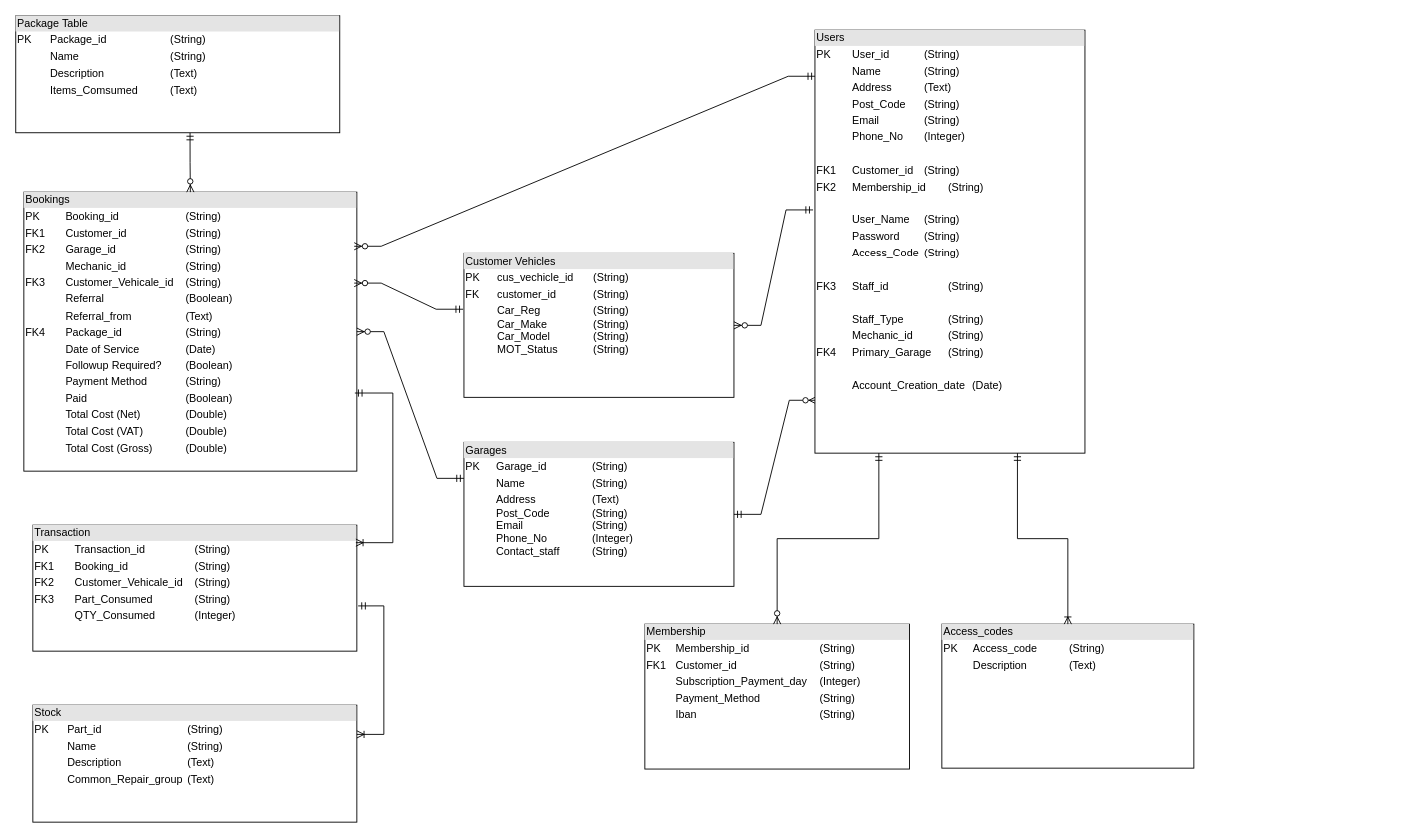
Earlier version of the draw.io diagram COM519/documentation/ERD.drawio (murray915/COM519). Source tidied: cells renumbered, new cells numbered last; positions are measured from the earlier drawing's top-left corner, leaving out a move shared by most shapes. Both pictures are drawn from the tidied source at 90%, with x=0, y=0 at pixel (15, 15).
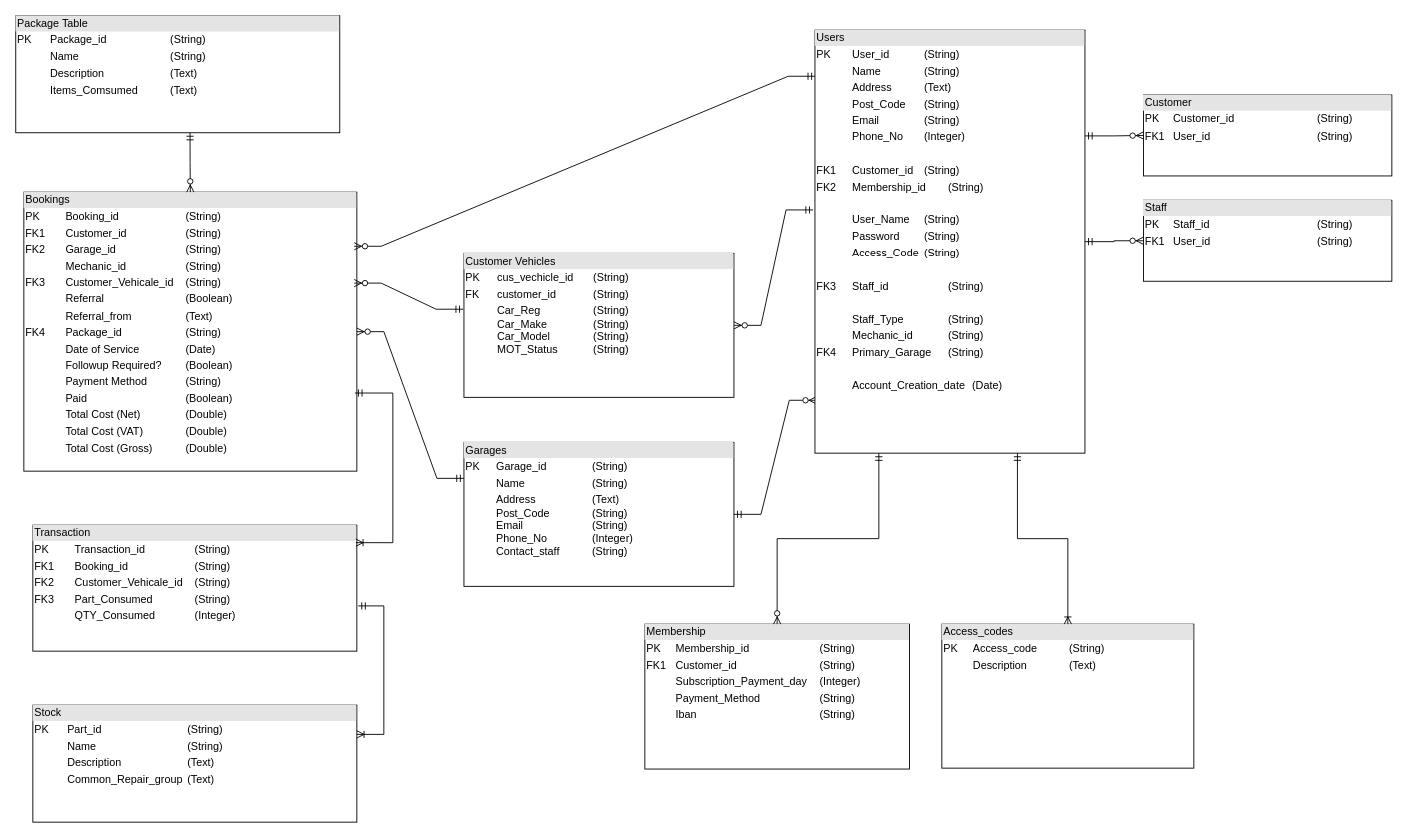
After the change.

Commit message (it also covers changes not shown here):
user > customer & staff classes setup. Data from SQL mapping to user & child class objects for later use

The change refers to these unchanged cells:
```xml
<mxCell id="16" value="&lt;div style=&quot;box-sizing: border-box; width: 100%; background: rgb(228, 228, 228); padding: 2px;&quot;&gt;Users&lt;/div&gt;&lt;table style=&quot;width:100%;font-size:1em;&quot; cellpadding=&quot;2&quot; cellspacing=&quot;0&quot;&gt;&lt;tbody&gt;&lt;tr&gt;&lt;td&gt;PK&lt;/td&gt;&lt;td&gt;User_id &lt;span style=&quot;white-space: pre;&quot;&gt;&#9;&lt;span style=&quot;white-space: pre;&quot;&gt;&#9;&lt;/span&gt;&lt;/span&gt;(String)&lt;br&gt;&lt;/td&gt;&lt;/tr&gt;&lt;tr&gt;&lt;td&gt;&lt;br&gt;&lt;/td&gt;&lt;td&gt;Name &lt;span style=&quot;white-space: pre;&quot;&gt;&#9;&lt;/span&gt;&lt;span style=&quot;white-space: pre;&quot;&gt;&#9;(&lt;/span&gt;String)&lt;/td&gt;&lt;/tr&gt;&lt;tr&gt;&lt;td&gt;&lt;/td&gt;&lt;td&gt;Address&lt;span style=&quot;white-space: pre;&quot;&gt;&#9;&lt;/span&gt;&lt;span style=&quot;white-space: pre;&quot;&gt;&#9;&lt;/span&gt;(Text)&lt;/td&gt;&lt;/tr&gt;&lt;tr&gt;&lt;td&gt;&lt;br&gt;&lt;/td&gt;&lt;td&gt;Post_Code&lt;span style=&quot;white-space: pre;&quot;&gt;&#9;&lt;/span&gt;(String)&lt;/td&gt;&lt;/tr&gt;&lt;tr&gt;&lt;td&gt;&lt;br&gt;&lt;/td&gt;&lt;td&gt;Email&lt;span style=&quot;white-space: pre;&quot;&gt;&#9;&lt;/span&gt;&lt;span style=&quot;white-space: pre;&quot;&gt;&#9;&lt;/span&gt;(String)&lt;/td&gt;&lt;/tr&gt;&lt;tr&gt;&lt;td&gt;&lt;br&gt;&lt;/td&gt;&lt;td&gt;Phone_No&lt;span style=&quot;white-space: pre;&quot;&gt;&#9;&lt;/span&gt;(Integer)&lt;/td&gt;&lt;/tr&gt;&lt;tr&gt;&lt;td&gt;&lt;br&gt;&lt;/td&gt;&lt;td&gt;&lt;br&gt;&lt;/td&gt;&lt;/tr&gt;&lt;tr&gt;&lt;td&gt;FK1&lt;/td&gt;&lt;td&gt;Customer_id&lt;span style=&quot;white-space: pre;&quot;&gt;&#9;&lt;/span&gt;(String)&lt;/td&gt;&lt;/tr&gt;&lt;tr&gt;&lt;td&gt;FK2&lt;/td&gt;&lt;td&gt;Membership_id&amp;nbsp;&lt;span style=&quot;white-space: pre;&quot;&gt;&#9;&lt;/span&gt;(String)&lt;/td&gt;&lt;/tr&gt;&lt;tr&gt;&lt;td&gt;&lt;br&gt;&lt;/td&gt;&lt;td&gt;&lt;br&gt;&lt;/td&gt;&lt;/tr&gt;&lt;tr&gt;&lt;td&gt;&lt;br&gt;&lt;/td&gt;&lt;td&gt;User_Name&lt;span style=&quot;white-space: pre;&quot;&gt;&#9;&lt;/span&gt;(String)&lt;/td&gt;&lt;/tr&gt;&lt;tr&gt;&lt;td&gt;&lt;br&gt;&lt;/td&gt;&lt;td&gt;Password&lt;span style=&quot;white-space: pre;&quot;&gt;&#9;&lt;/span&gt;(String)&lt;/td&gt;&lt;/tr&gt;&lt;tr&gt;&lt;td&gt;&lt;br&gt;&lt;/td&gt;&lt;td&gt;Access_Code&lt;span style=&quot;white-space: pre;&quot;&gt;&#9;&lt;/span&gt;(String)&lt;/td&gt;&lt;/tr&gt;&lt;tr&gt;&lt;td&gt;&lt;br&gt;&lt;/td&gt;&lt;td&gt;&lt;br&gt;&lt;/td&gt;&lt;/tr&gt;&lt;tr&gt;&lt;td&gt;FK3&lt;br&gt;&lt;/td&gt;&lt;td&gt;Staff_id&lt;span style=&quot;white-space: pre;&quot;&gt;&#9;&lt;/span&gt;&lt;span style=&quot;white-space: pre;&quot;&gt;&#9;&lt;/span&gt;&lt;span style=&quot;white-space: pre;&quot;&gt;&#9;&lt;/span&gt;(String)&lt;/td&gt;&lt;/tr&gt;&lt;tr&gt;&lt;td&gt;&lt;br&gt;&lt;/td&gt;&lt;td&gt;&lt;br&gt;&lt;/td&gt;&lt;/tr&gt;&lt;tr&gt;&lt;td&gt;&lt;br&gt;&lt;/td&gt;&lt;td&gt;Staff_Type&lt;span style=&quot;white-space: pre;&quot;&gt;&#9;&lt;/span&gt;&lt;span style=&quot;white-space: pre;&quot;&gt;&#9;&lt;/span&gt;(String)&lt;/td&gt;&lt;/tr&gt;&lt;tr&gt;&lt;td&gt;&lt;br&gt;&lt;/td&gt;&lt;td&gt;Mechanic_id&lt;span style=&quot;white-space: pre;&quot;&gt;&#9;&lt;/span&gt;&lt;span style=&quot;white-space: pre;&quot;&gt;&#9;&lt;/span&gt;(String)&lt;/td&gt;&lt;/tr&gt;&lt;tr&gt;&lt;td&gt;FK4&lt;/td&gt;&lt;td&gt;Primary_Garage&lt;span style=&quot;white-space: pre;&quot;&gt;&#9;&lt;/span&gt;(String)&lt;/td&gt;&lt;/tr&gt;&lt;tr&gt;&lt;td&gt;&lt;br&gt;&lt;/td&gt;&lt;td&gt;&lt;br&gt;&lt;/td&gt;&lt;/tr&gt;&lt;tr&gt;&lt;td&gt;&lt;br&gt;&lt;/td&gt;&lt;td&gt;Account_Creation_date&lt;span style=&quot;white-space: pre;&quot;&gt;&#9;&lt;/span&gt;(Date)&lt;/td&gt;&lt;/tr&gt;&lt;/tbody&gt;&lt;/table&gt;" style="verticalAlign=top;align=left;overflow=fill;html=1;whiteSpace=wrap;" parent="1" vertex="1">
  <mxGeometry x="888" y="16" width="300" height="470" as="geometry" />
</mxCell>
```

Change to the diagram source:
```diff
@@
+    <mxCell id="21" value="&lt;div style=&quot;box-sizing: border-box; width: 100%; background: rgb(228, 228, 228); padding: 2px;&quot;&gt;Customer&lt;/div&gt;&lt;table style=&quot;width:100%;font-size:1em;&quot; cellpadding=&quot;2&quot; cellspacing=&quot;0&quot;&gt;&lt;tbody&gt;&lt;tr&gt;&lt;td&gt;PK&lt;/td&gt;&lt;td&gt;Customer_id&lt;span style=&quot;white-space: pre;&quot;&gt;&#9;&lt;/span&gt;&lt;span style=&quot;white-space: pre;&quot;&gt;&#9;&lt;/span&gt;&lt;span style=&quot;white-space: pre;&quot;&gt;&#9;&lt;/span&gt;&lt;span style=&quot;white-space: pre;&quot;&gt;&#9;&lt;/span&gt;(String)&lt;/td&gt;&lt;/tr&gt;&lt;tr&gt;&lt;td&gt;FK1&lt;/td&gt;&lt;td&gt;User_id&lt;span style=&quot;white-space: pre;&quot;&gt;&#9;&lt;/span&gt;&lt;span style=&quot;white-space: pre;&quot;&gt;&#9;&lt;/span&gt;&lt;span style=&quot;white-space: pre;&quot;&gt;&#9;&lt;/span&gt;&lt;span style=&quot;white-space: pre;&quot;&gt;&#9;&lt;/span&gt;&lt;span style=&quot;white-space: pre;&quot;&gt;&#9;&lt;/span&gt;(String)&lt;/td&gt;&lt;/tr&gt;&lt;tr&gt;&lt;td&gt;&lt;br&gt;&lt;/td&gt;&lt;td&gt;&lt;br&gt;&lt;/td&gt;&lt;/tr&gt;&lt;/tbody&gt;&lt;/table&gt;" style="verticalAlign=top;align=left;overflow=fill;html=1;whiteSpace=wrap;" parent="1" vertex="1">
+      <mxGeometry x="1253" y="88" width="276" height="90" as="geometry" />
+    </mxCell>
+    <mxCell id="22" value="&lt;div style=&quot;box-sizing: border-box; width: 100%; background: rgb(228, 228, 228); padding: 2px;&quot;&gt;Staff&lt;/div&gt;&lt;table style=&quot;width:100%;font-size:1em;&quot; cellpadding=&quot;2&quot; cellspacing=&quot;0&quot;&gt;&lt;tbody&gt;&lt;tr&gt;&lt;td&gt;PK&lt;/td&gt;&lt;td&gt;Staff_id&lt;span style=&quot;white-space: pre;&quot;&gt;&#9;&lt;/span&gt;&lt;span style=&quot;white-space: pre;&quot;&gt;&#9;&lt;/span&gt;&lt;span style=&quot;white-space: pre;&quot;&gt;&#9;&lt;/span&gt;&lt;span style=&quot;white-space: pre;&quot;&gt;&#9;&lt;/span&gt;&lt;span style=&quot;white-space: pre;&quot;&gt;&#9;&lt;/span&gt;(String)&lt;/td&gt;&lt;/tr&gt;&lt;tr&gt;&lt;td&gt;FK1&lt;/td&gt;&lt;td&gt;User_id&lt;span style=&quot;white-space: pre;&quot;&gt;&#9;&lt;/span&gt;&lt;span style=&quot;white-space: pre;&quot;&gt;&#9;&lt;/span&gt;&lt;span style=&quot;white-space: pre;&quot;&gt;&#9;&lt;/span&gt;&lt;span style=&quot;white-space: pre;&quot;&gt;&#9;&lt;/span&gt;&lt;span style=&quot;white-space: pre;&quot;&gt;&#9;&lt;/span&gt;(String)&lt;/td&gt;&lt;/tr&gt;&lt;tr&gt;&lt;td&gt;&lt;br&gt;&lt;/td&gt;&lt;td&gt;&lt;br&gt;&lt;/td&gt;&lt;/tr&gt;&lt;/tbody&gt;&lt;/table&gt;" style="verticalAlign=top;align=left;overflow=fill;html=1;whiteSpace=wrap;" parent="1" vertex="1">
+      <mxGeometry x="1253" y="205" width="276" height="90" as="geometry" />
+    </mxCell>
+    <mxCell id="23" style="edgeStyle=orthogonalEdgeStyle;fontSize=12;html=1;endArrow=ERzeroToMany;startArrow=ERmandOne;rounded=0;exitX=1;exitY=0.5;exitDx=0;exitDy=0;entryX=0;entryY=0.5;entryDx=0;entryDy=0;" parent="1" edge="1" source="16" target="22">
+      <mxGeometry relative="1" as="geometry" />
+    </mxCell>
+    <mxCell id="24" style="edgeStyle=orthogonalEdgeStyle;fontSize=12;html=1;endArrow=ERzeroToMany;startArrow=ERmandOne;rounded=0;exitX=1;exitY=0.25;exitDx=0;exitDy=0;entryX=0;entryY=0.5;entryDx=0;entryDy=0;" parent="1" edge="1" source="16" target="21">
+      <mxGeometry relative="1" as="geometry" />
+    </mxCell>
```
